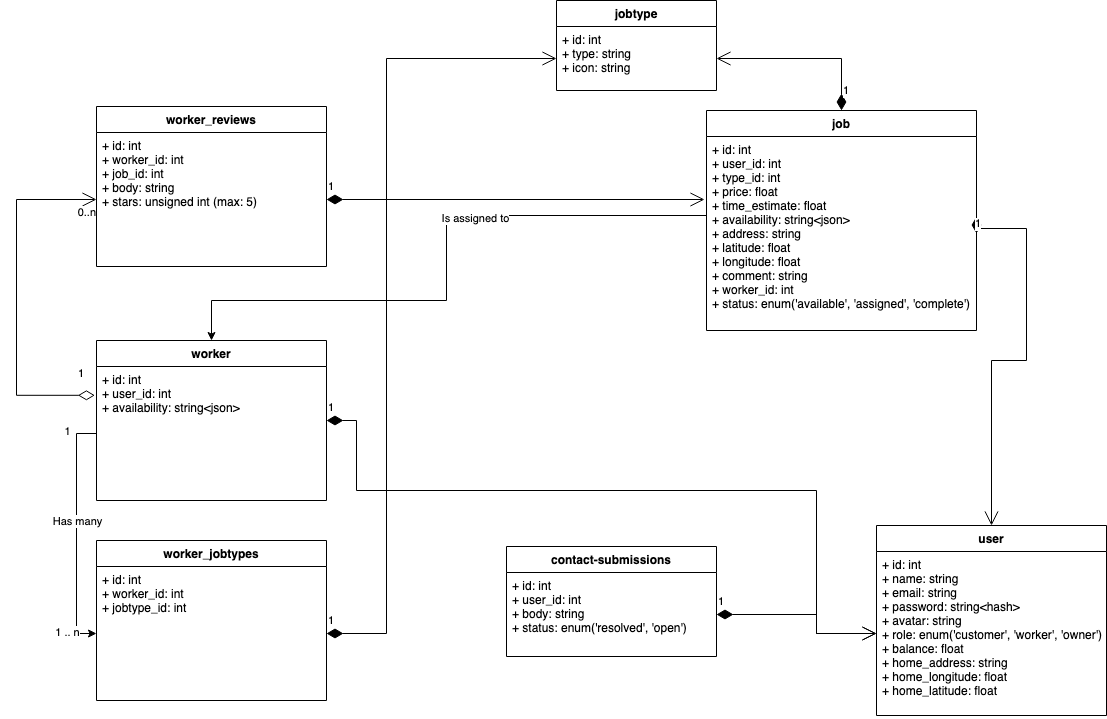
Above: docs/Images/database-uml-class-diagram.png in Simponic/JobFindr (draw.io), before the change. Source tidied: cells renumbered, new cells last; positions are measured from the earlier drawing's top-left corner, leaving out a move shared by most shapes.
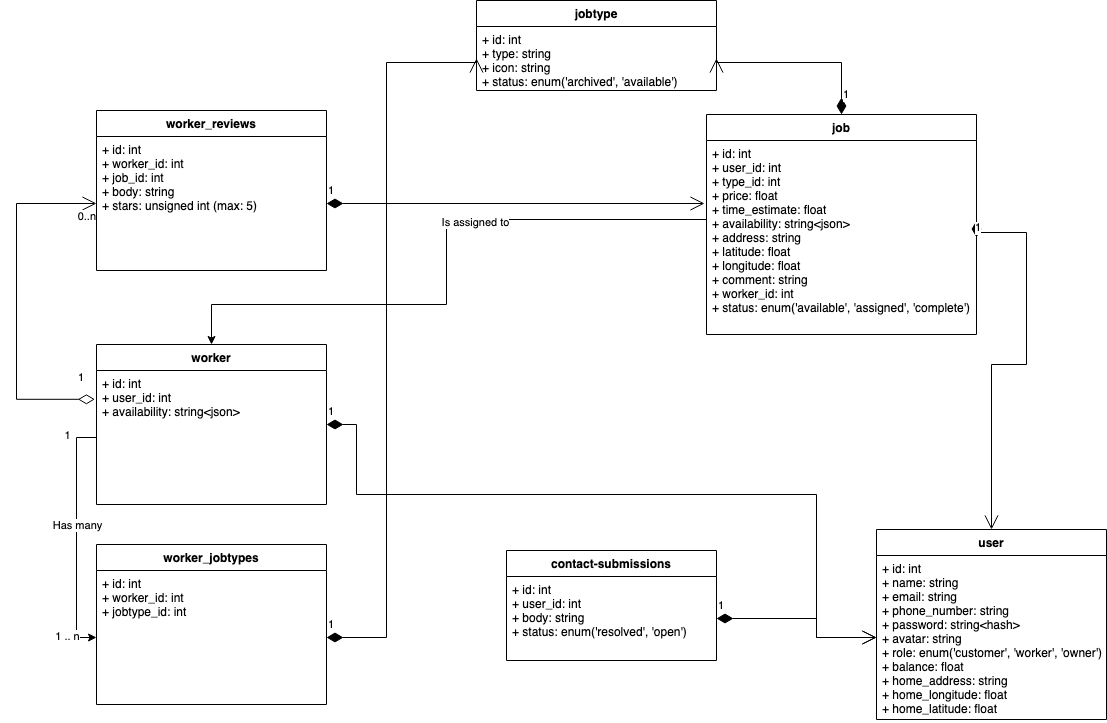
Later version of the same file.

The edit, as a diff of the source:
```diff
@@ -3,15 +3,15 @@
     <mxCell id="0" />
     <mxCell id="1" parent="0" />
     <mxCell id="2" value="jobtype" style="swimlane;fontStyle=1;align=center;verticalAlign=top;horizontal=1;startSize=26;" parent="1" vertex="1">
-      <mxGeometry x="540" width="160" height="90" as="geometry" />
+      <mxGeometry x="460" y="-4" width="240" height="90" as="geometry" />
     </mxCell>
-    <mxCell id="3" value="+ id: int&#10;+ type: string&#10;+ icon: string&#10;" style="text;strokeColor=none;fillColor=none;align=left;verticalAlign=top;spacingLeft=4;spacingRight=4;overflow=hidden;points=[[0,0.5],[1,0.5]];portConstraint=eastwest;" parent="2" vertex="1">
-      <mxGeometry y="26" width="160" height="64" as="geometry" />
+    <mxCell id="3" value="+ id: int&#10;+ type: string&#10;+ icon: string&#10;+ status: enum('archived', 'available')&#10;&#10;" style="text;strokeColor=none;fillColor=none;align=left;verticalAlign=top;spacingLeft=4;spacingRight=4;overflow=hidden;points=[[0,0.5],[1,0.5]];portConstraint=eastwest;" parent="2" vertex="1">
+      <mxGeometry y="26" width="240" height="64" as="geometry" />
     </mxCell>
     <mxCell id="4" value="user" style="swimlane;fontStyle=1;align=center;verticalAlign=top;horizontal=1;startSize=26;" parent="1" vertex="1">
       <mxGeometry x="860" y="525" width="230" height="190" as="geometry" />
     </mxCell>
-    <mxCell id="5" value="+ id: int&#10;+ name: string&#10;+ email: string&#10;+ password: string&lt;hash&gt;&#10;+ avatar: string&#10;+ role: enum('customer', 'worker', 'owner')&#10;+ balance: float&#10;+ home_address: string&#10;+ home_longitude: float&#10;+ home_latitude: float&#10;&#10;&#10;&#10;" style="text;strokeColor=none;fillColor=none;align=left;verticalAlign=top;spacingLeft=4;spacingRight=4;overflow=hidden;points=[[0,0.5],[1,0.5]];portConstraint=eastwest;" parent="4" vertex="1">
+    <mxCell id="5" value="+ id: int&#10;+ name: string&#10;+ email: string&#10;+ phone_number: string&#10;+ password: string&lt;hash&gt;&#10;+ avatar: string&#10;+ role: enum('customer', 'worker', 'owner')&#10;+ balance: float&#10;+ home_address: string&#10;+ home_longitude: float&#10;+ home_latitude: float&#10;&#10;&#10;&#10;" style="text;strokeColor=none;fillColor=none;align=left;verticalAlign=top;spacingLeft=4;spacingRight=4;overflow=hidden;points=[[0,0.5],[1,0.5]];portConstraint=eastwest;" parent="4" vertex="1">
       <mxGeometry y="26" width="230" height="164" as="geometry" />
     </mxCell>
     <mxCell id="6" style="edgeStyle=orthogonalEdgeStyle;rounded=0;jettySize=auto;html=1;entryX=0.5;entryY=0;entryDx=0;entryDy=0;" parent="1" edge="1" source="8" target="12">
```
